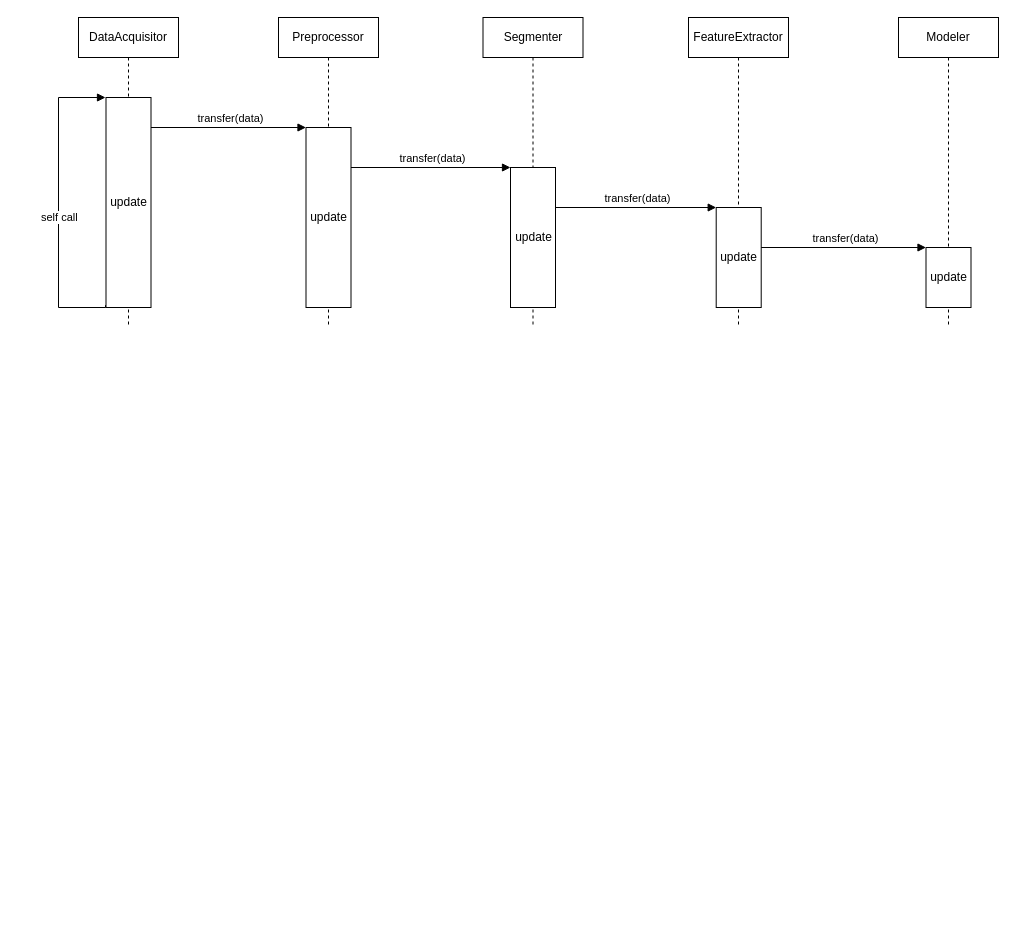
Earlier version of the draw.io diagram page "SequenceDiagram" (2 of 3) of CMSystem_Overview.drawio (jhillenbrand/CMSystem). Source tidied: cells renumbered, new cells numbered last; positions are measured from the earlier drawing's top-left corner, leaving out a move shared by most shapes. Both pictures are drawn from the tidied source at 100%, with x=0, y=0 at pixel (58, 17).
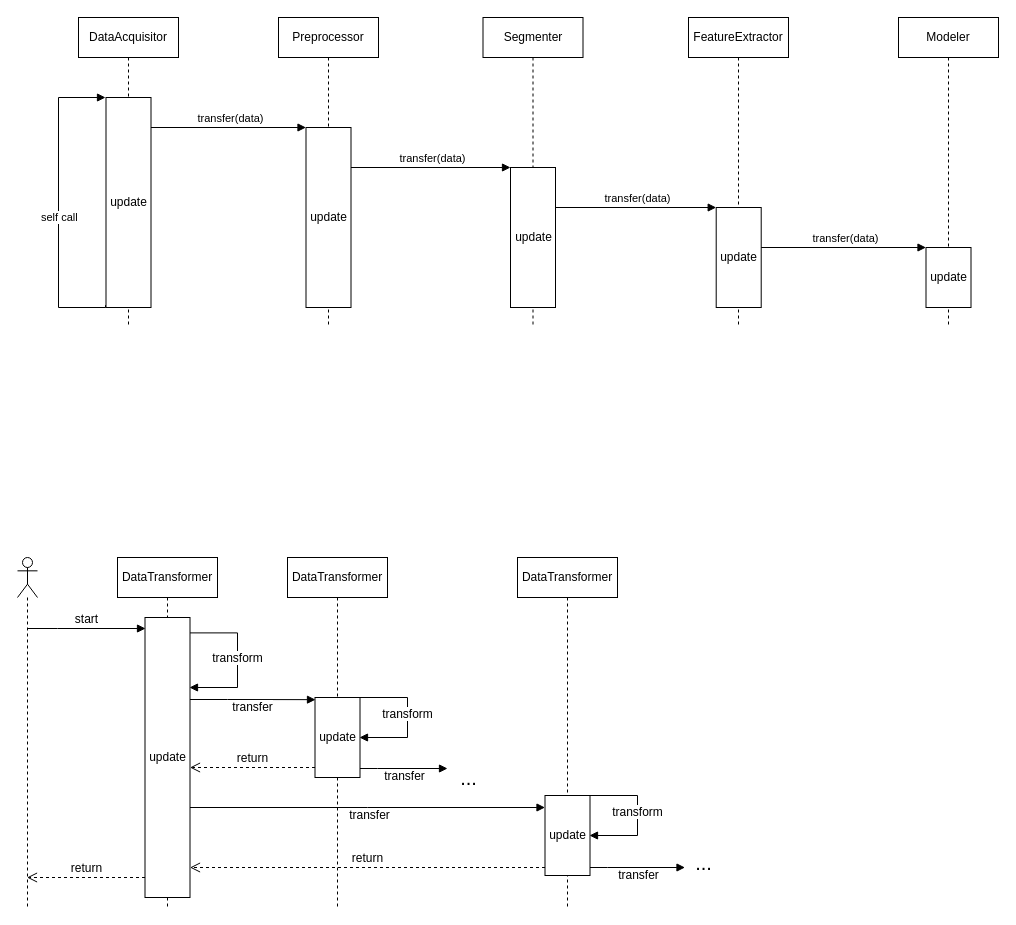
After the change.

What changed in the source:
```diff
@@
+    <mxCell id="17" style="shape=umlLifeline;participant=umlActor;perimeter=lifelinePerimeter;whiteSpace=wrap;html=1;verticalAlign=top;spacingTop=36;outlineConnect=0;" parent="1" vertex="1">
+      <mxGeometry x="-41" y="540" width="20" height="350" as="geometry" />
+    </mxCell>
+    <mxCell id="18" value="DataTransformer" style="shape=umlLifeline;perimeter=lifelinePerimeter;whiteSpace=wrap;html=1;" parent="1" vertex="1">
+      <mxGeometry x="59" y="540" width="100" height="350" as="geometry" />
+    </mxCell>
+    <mxCell id="19" value="update" style="html=1;points=[];perimeter=orthogonalPerimeter;" parent="18" vertex="1">
+      <mxGeometry x="27.5" y="60" width="45" height="280" as="geometry" />
+    </mxCell>
+    <mxCell id="20" value="&lt;font style=&quot;font-size: 12px&quot;&gt;transform&lt;/font&gt;" style="html=1;verticalAlign=bottom;endArrow=block;rounded=0;edgeStyle=orthogonalEdgeStyle;exitX=1.001;exitY=0.055;exitDx=0;exitDy=0;exitPerimeter=0;" parent="18" edge="1" source="19">
+      <mxGeometry x="0.09" relative="1" as="geometry">
+        <mxPoint x="72" y="130" as="targetPoint" />
+        <Array as="points">
+          <mxPoint x="120" y="75" />
+          <mxPoint x="120" y="130" />
+        </Array>
+      </mxGeometry>
+    </mxCell>
+    <mxCell id="21" value="&lt;font style=&quot;font-size: 12px&quot;&gt;start&lt;/font&gt;" style="html=1;verticalAlign=bottom;endArrow=block;rounded=0;edgeStyle=orthogonalEdgeStyle;" parent="1" edge="1" source="17">
+      <mxGeometry relative="1" as="geometry">
+        <mxPoint x="87" y="611" as="targetPoint" />
+        <Array as="points">
+          <mxPoint x="-1" y="611" />
+          <mxPoint x="-1" y="611" />
+        </Array>
+      </mxGeometry>
+    </mxCell>
+    <mxCell id="22" value="DataTransformer" style="shape=umlLifeline;perimeter=lifelinePerimeter;whiteSpace=wrap;html=1;" parent="1" vertex="1">
+      <mxGeometry x="229" y="540" width="100" height="350" as="geometry" />
+    </mxCell>
+    <mxCell id="23" value="update" style="html=1;points=[];perimeter=orthogonalPerimeter;" parent="22" vertex="1">
+      <mxGeometry x="27.5" y="140" width="45" height="80" as="geometry" />
+    </mxCell>
+    <mxCell id="24" value="&lt;font style=&quot;font-size: 12px&quot;&gt;transform&lt;/font&gt;" style="html=1;verticalAlign=bottom;endArrow=block;rounded=0;edgeStyle=orthogonalEdgeStyle;" parent="22" edge="1">
+      <mxGeometry x="0.09" relative="1" as="geometry">
+        <mxPoint x="72" y="140" as="sourcePoint" />
+        <mxPoint x="72" y="180" as="targetPoint" />
+        <Array as="points">
+          <mxPoint x="120" y="140" />
+          <mxPoint x="120" y="180" />
+          <mxPoint x="72" y="180" />
+        </Array>
+      </mxGeometry>
+    </mxCell>
+    <mxCell id="25" value="&lt;font style=&quot;font-size: 12px&quot;&gt;transfer&lt;/font&gt;" style="html=1;verticalAlign=bottom;endArrow=block;rounded=0;edgeStyle=orthogonalEdgeStyle;entryX=0.011;entryY=0.027;entryDx=0;entryDy=0;entryPerimeter=0;" parent="1" edge="1" source="19" target="23">
+      <mxGeometry x="0.01" y="-17" relative="1" as="geometry">
+        <Array as="points">
+          <mxPoint x="169" y="682" />
+          <mxPoint x="169" y="682" />
+        </Array>
+      </mxGeometry>
+    </mxCell>
+    <mxCell id="26" value="&lt;font style=&quot;font-size: 12px&quot;&gt;transfer&lt;/font&gt;" style="html=1;verticalAlign=bottom;endArrow=block;rounded=0;edgeStyle=orthogonalEdgeStyle;" parent="1" edge="1">
+      <mxGeometry x="0.01" y="-17" relative="1" as="geometry">
+        <mxPoint x="301.5" y="751" as="sourcePoint" />
+        <mxPoint x="389" y="751" as="targetPoint" />
+        <Array as="points">
+          <mxPoint x="319" y="751" />
+          <mxPoint x="319" y="751" />
+        </Array>
+      </mxGeometry>
+    </mxCell>
+    <mxCell id="27" value="..." style="text;html=1;align=center;verticalAlign=middle;strokeColor=none;fillColor=none;fontSize=20;" parent="1" vertex="1">
+      <mxGeometry x="394.5" y="745" width="30" height="30" as="geometry" />
+    </mxCell>
+    <mxCell id="28" value="&lt;font style=&quot;font-size: 12px;&quot;&gt;return&lt;/font&gt;" style="html=1;verticalAlign=bottom;endArrow=open;dashed=1;endSize=8;rounded=0;fontSize=12;edgeStyle=orthogonalEdgeStyle;" parent="1" edge="1" source="23" target="19">
+      <mxGeometry relative="1" as="geometry">
+        <Array as="points">
+          <mxPoint x="199" y="750" />
+          <mxPoint x="199" y="750" />
+        </Array>
+      </mxGeometry>
+    </mxCell>
+    <mxCell id="29" value="DataTransformer" style="shape=umlLifeline;perimeter=lifelinePerimeter;whiteSpace=wrap;html=1;" parent="1" vertex="1">
+      <mxGeometry x="459" y="540" width="100" height="350" as="geometry" />
+    </mxCell>
+    <mxCell id="30" value="update" style="html=1;points=[];perimeter=orthogonalPerimeter;" parent="29" vertex="1">
+      <mxGeometry x="27.5" y="238" width="45" height="80" as="geometry" />
+    </mxCell>
+    <mxCell id="31" value="&lt;font style=&quot;font-size: 12px&quot;&gt;transform&lt;/font&gt;" style="html=1;verticalAlign=bottom;endArrow=block;rounded=0;edgeStyle=orthogonalEdgeStyle;" parent="29" edge="1">
+      <mxGeometry x="0.09" relative="1" as="geometry">
+        <mxPoint x="72" y="238" as="sourcePoint" />
+        <mxPoint x="72" y="278" as="targetPoint" />
+        <Array as="points">
+          <mxPoint x="120" y="238" />
+          <mxPoint x="120" y="278" />
+          <mxPoint x="72" y="278" />
+        </Array>
+      </mxGeometry>
+    </mxCell>
+    <mxCell id="32" value="&lt;font style=&quot;font-size: 12px&quot;&gt;transfer&lt;/font&gt;" style="html=1;verticalAlign=bottom;endArrow=block;rounded=0;edgeStyle=orthogonalEdgeStyle;" parent="29" edge="1" source="30">
+      <mxGeometry x="0.01" y="-17" relative="1" as="geometry">
+        <mxPoint x="167.5" y="310" as="targetPoint" />
+        <Array as="points">
+          <mxPoint x="90" y="310" />
+          <mxPoint x="90" y="310" />
+        </Array>
+      </mxGeometry>
+    </mxCell>
+    <mxCell id="33" value="&lt;font style=&quot;font-size: 12px&quot;&gt;transfer&lt;/font&gt;" style="html=1;verticalAlign=bottom;endArrow=block;rounded=0;edgeStyle=orthogonalEdgeStyle;" parent="1" edge="1" source="19" target="30">
+      <mxGeometry x="0.01" y="-17" relative="1" as="geometry">
+        <Array as="points">
+          <mxPoint x="309" y="790" />
+          <mxPoint x="309" y="790" />
+        </Array>
+      </mxGeometry>
+    </mxCell>
+    <mxCell id="34" value="&lt;font style=&quot;font-size: 12px;&quot;&gt;return&lt;/font&gt;" style="html=1;verticalAlign=bottom;endArrow=open;dashed=1;endSize=8;rounded=0;fontSize=12;edgeStyle=orthogonalEdgeStyle;" parent="1" edge="1" source="30" target="19">
+      <mxGeometry relative="1" as="geometry">
+        <Array as="points">
+          <mxPoint x="319" y="850" />
+          <mxPoint x="319" y="850" />
+        </Array>
+      </mxGeometry>
+    </mxCell>
+    <mxCell id="35" value="..." style="text;html=1;align=center;verticalAlign=middle;strokeColor=none;fillColor=none;fontSize=20;" parent="1" vertex="1">
+      <mxGeometry x="630" y="830" width="30" height="30" as="geometry" />
+    </mxCell>
+    <mxCell id="36" value="&lt;font style=&quot;font-size: 12px;&quot;&gt;return&lt;/font&gt;" style="html=1;verticalAlign=bottom;endArrow=open;dashed=1;endSize=8;rounded=0;fontSize=12;edgeStyle=orthogonalEdgeStyle;" parent="1" edge="1" source="19" target="17">
+      <mxGeometry relative="1" as="geometry">
+        <Array as="points">
+          <mxPoint x="59" y="860" />
+          <mxPoint x="59" y="860" />
+        </Array>
+      </mxGeometry>
+    </mxCell>
```
